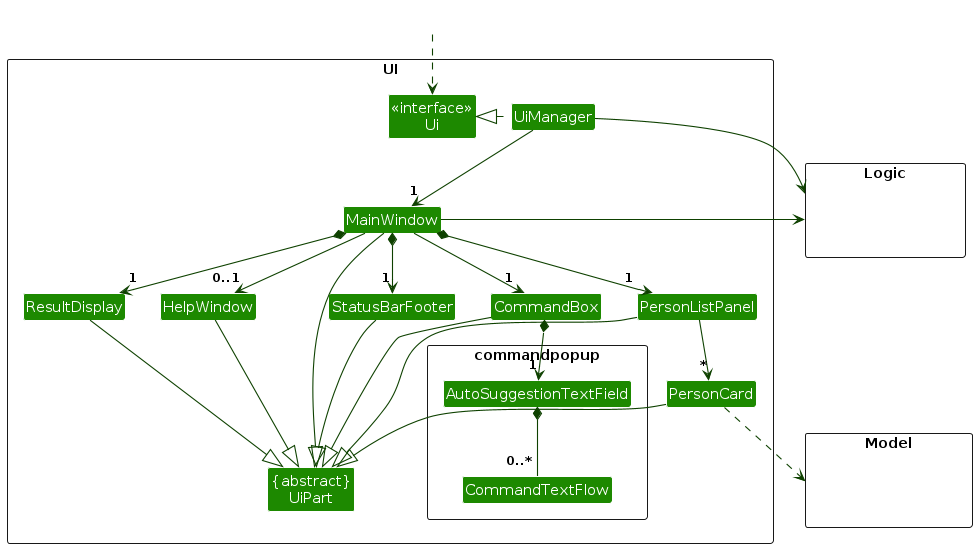
Earlier version of the PlantUML export diagrams/UiClassDiagram.png (ChenLeiyu/tp). Its source is kept beside it as diagrams/UiClassDiagram.puml.
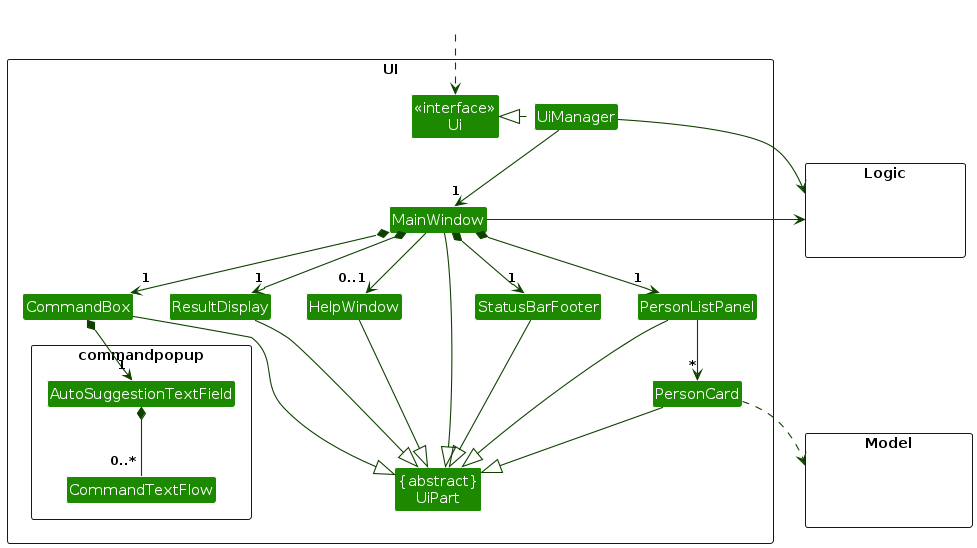
The same diagram one commit later.

The edit, as a diff of the source:
```diff
@@ -39,7 +39,7 @@
 MainWindow *-down-> "1" PersonListPanel
 MainWindow *-down-> "1" StatusBarFooter
 MainWindow --> "0..1" HelpWindow
-MainWindow -left-> "1" CommandBox
+MainWindow *-up-> "1" CommandBox
 
 PersonListPanel -down-> "*" PersonCard
 
@@ -47,7 +47,7 @@
 
 ResultDisplay --|> UiPart
 CommandBox --|> UiPart
-CommandBox *-down-> "1" AutoSuggestionTextField
+CommandBox *--> "1" AutoSuggestionTextField
 AutoSuggestionTextField *-- "0..*" CommandTextFlow
 PersonListPanel --|> UiPart
 PersonCard --|> UiPart
```
